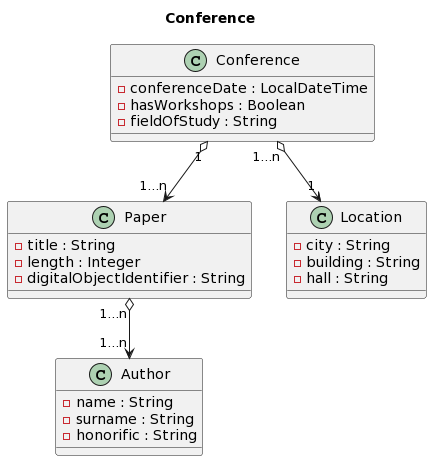
wzzzzwwzw/apaw-practice keeps this PlantUML diagram as docs/conference.models.png. Above is the earlier version.
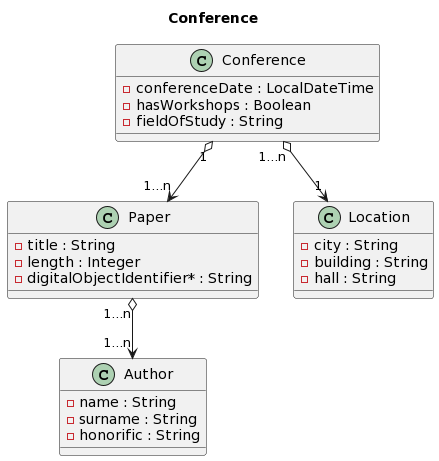
Above is the later version.

Commit message:
DOI established has unique in diagram #450

What changed in the source:
```diff
@@ -10,7 +10,7 @@
 Class Paper {
   - title : String
   - length : Integer
-  - digitalObjectIdentifier : String
+  - digitalObjectIdentifier* : String
 }
 
 Class Author {
```
